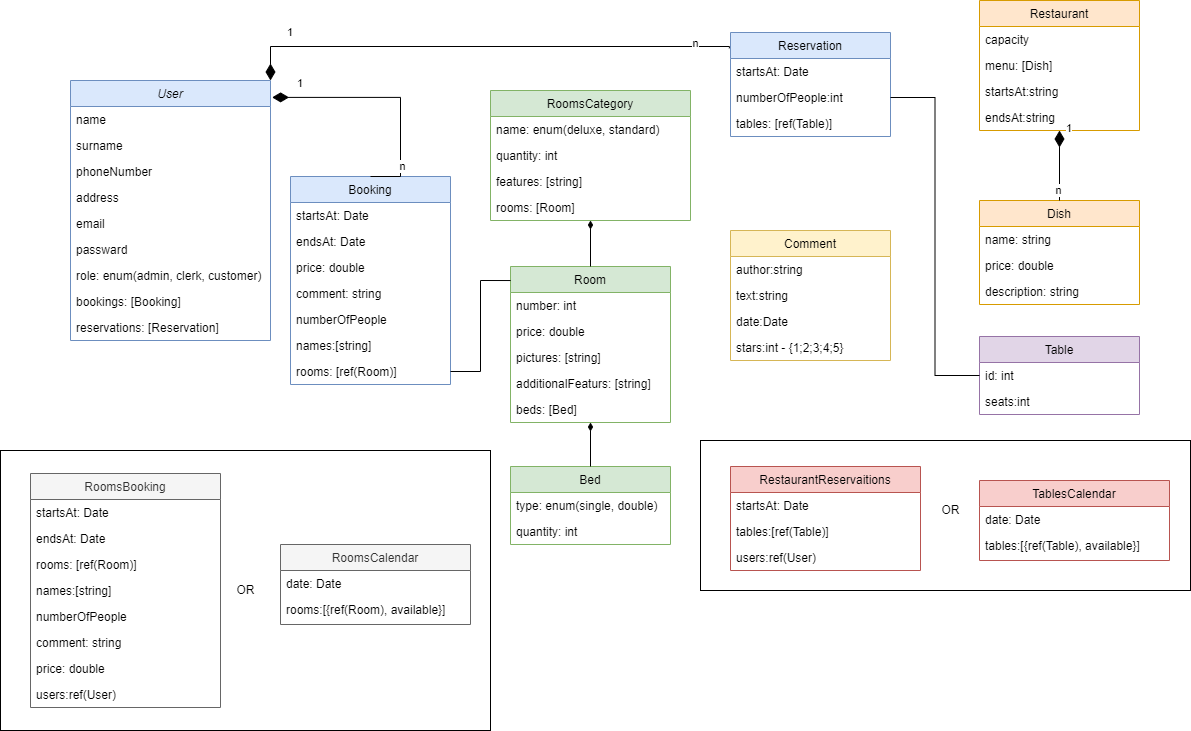
Earlier version of the draw.io export group-project-hotel.drawio.png (Jeremiaszmacura/group-project-hotel-backend). Source tidied: cells renumbered, new cells last; positions are measured from the earlier drawing's top-left corner, leaving out a move shared by most shapes.
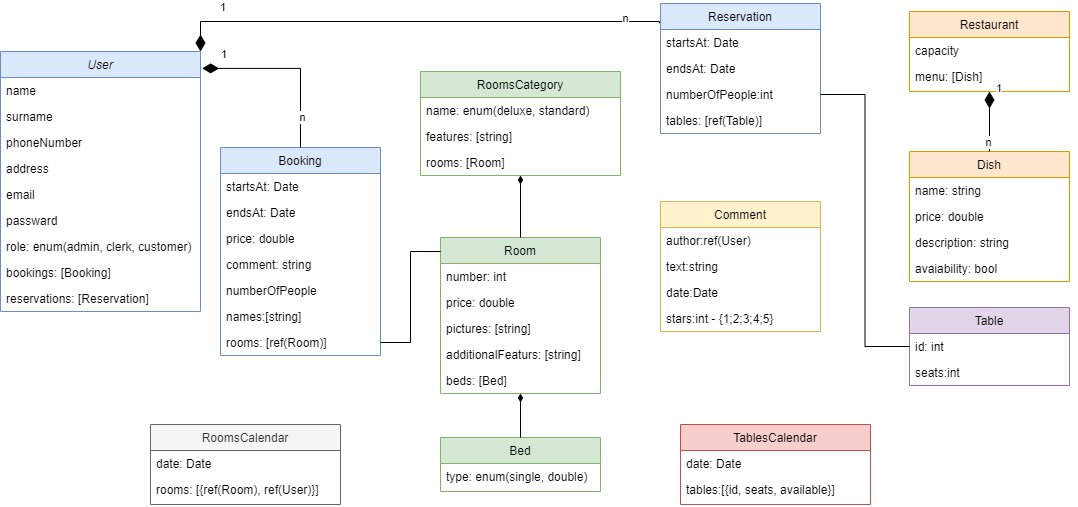
The same file after the commit.

Commit message:
database schema update

The edit, as a diff of the source:
```diff
@@ -2,12 +2,6 @@
   <root>
     <mxCell id="0" />
     <mxCell id="1" parent="0" />
-    <mxCell id="2" style="whiteSpace=wrap;html=1;" parent="1" vertex="1">
-      <mxGeometry y="450" width="490" height="280" as="geometry" />
-    </mxCell>
-    <mxCell id="3" style="whiteSpace=wrap;html=1;" parent="1" vertex="1">
-      <mxGeometry x="700" y="440" width="490" height="150" as="geometry" />
-    </mxCell>
     <mxCell id="4" value="User" style="swimlane;fontStyle=2;align=center;verticalAlign=top;horizontal=1;startSize=26;rounded=0;shadow=0;strokeWidth=1;fillColor=#dae8fc;strokeColor=#6c8ebf;" parent="1" vertex="1">
       <mxGeometry x="70" y="80" width="200" height="260" as="geometry" />
     </mxCell>
@@ -39,7 +33,7 @@
       <mxGeometry y="234" width="200" height="26" as="geometry" />
     </mxCell>
     <mxCell id="14" value="Restaurant" style="swimlane;fontStyle=0;align=center;verticalAlign=top;horizontal=1;startSize=26;rounded=0;shadow=0;strokeWidth=1;fillColor=#ffe6cc;strokeColor=#d79b00;" parent="1" vertex="1">
-      <mxGeometry x="979" width="160" height="130" as="geometry" />
+      <mxGeometry x="979" y="40" width="160" height="80" as="geometry" />
     </mxCell>
     <mxCell id="15" value="capacity" style="text;align=left;verticalAlign=top;spacingLeft=4;spacingRight=4;overflow=hidden;" parent="14" vertex="1">
       <mxGeometry y="26" width="160" height="26" as="geometry" />
@@ -47,16 +41,10 @@
     <mxCell id="16" value="menu: [Dish]" style="text;align=left;verticalAlign=top;spacingLeft=4;spacingRight=4;overflow=hidden;" parent="14" vertex="1">
       <mxGeometry y="52" width="160" height="26" as="geometry" />
     </mxCell>
-    <mxCell id="17" value="startsAt:string" style="text;align=left;verticalAlign=top;spacingLeft=4;spacingRight=4;overflow=hidden;" parent="14" vertex="1">
-      <mxGeometry y="78" width="160" height="26" as="geometry" />
-    </mxCell>
-    <mxCell id="18" value="endsAt:string" style="text;align=left;verticalAlign=top;spacingLeft=4;spacingRight=4;overflow=hidden;" parent="14" vertex="1">
-      <mxGeometry y="104" width="160" height="26" as="geometry" />
-    </mxCell>
     <mxCell id="19" value="Comment" style="swimlane;fontStyle=0;align=center;verticalAlign=top;horizontal=1;startSize=26;rounded=0;shadow=0;strokeWidth=1;fillColor=#fff2cc;strokeColor=#d6b656;" parent="1" vertex="1">
       <mxGeometry x="730" y="230" width="160" height="130" as="geometry" />
     </mxCell>
-    <mxCell id="20" value="author:string" style="text;align=left;verticalAlign=top;spacingLeft=4;spacingRight=4;overflow=hidden;" parent="19" vertex="1">
+    <mxCell id="20" value="author:ref(User)" style="text;align=left;verticalAlign=top;spacingLeft=4;spacingRight=4;overflow=hidden;" parent="19" vertex="1">
       <mxGeometry y="26" width="160" height="26" as="geometry" />
     </mxCell>
     <mxCell id="21" value="text:string" style="text;align=left;verticalAlign=top;spacingLeft=4;spacingRight=4;overflow=hidden;" parent="19" vertex="1">
@@ -72,7 +60,7 @@
       <mxGeometry relative="1" as="geometry" />
     </mxCell>
     <mxCell id="25" value="Dish" style="swimlane;fontStyle=0;align=center;verticalAlign=top;horizontal=1;startSize=26;rounded=0;shadow=0;strokeWidth=1;fillColor=#ffe6cc;strokeColor=#d79b00;" parent="1" vertex="1">
-      <mxGeometry x="979" y="200" width="160" height="104" as="geometry" />
+      <mxGeometry x="979" y="180" width="160" height="130" as="geometry" />
     </mxCell>
     <mxCell id="26" value="name: string" style="text;align=left;verticalAlign=top;spacingLeft=4;spacingRight=4;overflow=hidden;" parent="25" vertex="1">
       <mxGeometry y="26" width="160" height="26" as="geometry" />
@@ -86,6 +74,9 @@
     <mxCell id="29" style="edgeStyle=orthogonalEdgeStyle;rounded=0;orthogonalLoop=1;jettySize=auto;html=1;exitX=1;exitY=0.5;exitDx=0;exitDy=0;" parent="25" edge="1" source="27" target="27">
       <mxGeometry relative="1" as="geometry" />
     </mxCell>
+    <mxCell id="90" value="avaiability: bool" style="text;align=left;verticalAlign=top;spacingLeft=4;spacingRight=4;overflow=hidden;" parent="25" vertex="1">
+      <mxGeometry y="104" width="160" height="26" as="geometry" />
+    </mxCell>
     <mxCell id="30" value="Room" style="swimlane;fontStyle=0;align=center;verticalAlign=top;horizontal=1;startSize=26;rounded=0;shadow=0;strokeWidth=1;fillColor=#d5e8d4;strokeColor=#82b366;" parent="1" vertex="1">
       <mxGeometry x="510" y="266" width="160" height="156" as="geometry" />
     </mxCell>
@@ -105,14 +96,11 @@
       <mxGeometry y="130" width="160" height="26" as="geometry" />
     </mxCell>
     <mxCell id="36" value="Bed" style="swimlane;fontStyle=0;align=center;verticalAlign=top;horizontal=1;startSize=26;rounded=0;shadow=0;strokeWidth=1;fillColor=#d5e8d4;strokeColor=#82b366;" parent="1" vertex="1">
-      <mxGeometry x="510" y="466" width="160" height="78" as="geometry" />
+      <mxGeometry x="510" y="466" width="160" height="54" as="geometry" />
     </mxCell>
     <mxCell id="37" value="type: enum(single, double)&#10;" style="text;align=left;verticalAlign=top;spacingLeft=4;spacingRight=4;overflow=hidden;" parent="36" vertex="1">
       <mxGeometry y="26" width="160" height="26" as="geometry" />
     </mxCell>
-    <mxCell id="38" value="quantity: int" style="text;align=left;verticalAlign=top;spacingLeft=4;spacingRight=4;overflow=hidden;" parent="36" vertex="1">
-      <mxGeometry y="52" width="160" height="26" as="geometry" />
-    </mxCell>
     <mxCell id="39" value="Booking" style="swimlane;fontStyle=0;align=center;verticalAlign=top;horizontal=1;startSize=26;rounded=0;shadow=0;strokeWidth=1;fillColor=#dae8fc;strokeColor=#6c8ebf;" parent="1" vertex="1">
       <mxGeometry x="290" y="176" width="160" height="208" as="geometry" />
     </mxCell>
@@ -140,8 +128,7 @@
     <mxCell id="47" value="1" style="endArrow=none;html=1;endSize=12;startArrow=diamondThin;startSize=14;startFill=1;edgeStyle=orthogonalEdgeStyle;align=left;verticalAlign=bottom;rounded=0;exitX=1.008;exitY=0.065;exitDx=0;exitDy=0;endFill=0;exitPerimeter=0;entryX=0.5;entryY=0;entryDx=0;entryDy=0;" parent="1" edge="1" source="4" target="39">
       <mxGeometry x="-0.8" y="5" relative="1" as="geometry">
         <Array as="points">
-          <mxPoint x="400" y="97" />
-          <mxPoint x="400" y="176" />
+          <mxPoint x="370" y="97" />
         </Array>
       </mxGeometry>
     </mxCell>
@@ -152,43 +139,43 @@
       <mxGeometry relative="1" as="geometry" />
     </mxCell>
     <mxCell id="50" value="Reservation" style="swimlane;fontStyle=0;align=center;verticalAlign=top;horizontal=1;startSize=26;rounded=0;shadow=0;strokeWidth=1;fillColor=#dae8fc;strokeColor=#6c8ebf;" parent="1" vertex="1">
-      <mxGeometry x="730" y="32" width="160" height="104" as="geometry" />
+      <mxGeometry x="730" y="32" width="160" height="130" as="geometry" />
     </mxCell>
     <mxCell id="51" value="startsAt: Date" style="text;align=left;verticalAlign=top;spacingLeft=4;spacingRight=4;overflow=hidden;" parent="50" vertex="1">
       <mxGeometry y="26" width="160" height="26" as="geometry" />
     </mxCell>
+    <mxCell id="83" value="endsAt: Date" style="text;align=left;verticalAlign=top;spacingLeft=4;spacingRight=4;overflow=hidden;" parent="50" vertex="1">
+      <mxGeometry y="52" width="160" height="26" as="geometry" />
+    </mxCell>
     <mxCell id="52" value="numberOfPeople:int" style="text;align=left;verticalAlign=top;spacingLeft=4;spacingRight=4;overflow=hidden;points=[[0,0.5],[1,0.5]];portConstraint=eastwest;" parent="50" vertex="1">
-      <mxGeometry y="52" width="160" height="26" as="geometry" />
+      <mxGeometry y="78" width="160" height="26" as="geometry" />
     </mxCell>
     <mxCell id="53" value="tables: [ref(Table)]" style="text;align=left;verticalAlign=top;spacingLeft=4;spacingRight=4;overflow=hidden;" parent="50" vertex="1">
-      <mxGeometry y="78" width="160" height="26" as="geometry" />
+      <mxGeometry y="104" width="160" height="26" as="geometry" />
     </mxCell>
     <mxCell id="54" value="RoomsCategory" style="swimlane;fontStyle=0;align=center;verticalAlign=top;horizontal=1;startSize=26;rounded=0;shadow=0;strokeWidth=1;fillColor=#d5e8d4;strokeColor=#82b366;" parent="1" vertex="1">
-      <mxGeometry x="490" y="90" width="200" height="130" as="geometry" />
+      <mxGeometry x="490" y="100" width="200" height="104" as="geometry" />
     </mxCell>
     <mxCell id="55" value="name: enum(deluxe, standard)" style="text;align=left;verticalAlign=top;spacingLeft=4;spacingRight=4;overflow=hidden;" parent="54" vertex="1">
       <mxGeometry y="26" width="200" height="26" as="geometry" />
     </mxCell>
-    <mxCell id="56" value="quantity: int" style="text;align=left;verticalAlign=top;spacingLeft=4;spacingRight=4;overflow=hidden;" parent="54" vertex="1">
-      <mxGeometry y="52" width="200" height="26" as="geometry" />
-    </mxCell>
     <mxCell id="57" value="features: [string]" style="text;align=left;verticalAlign=top;spacingLeft=4;spacingRight=4;overflow=hidden;" parent="54" vertex="1">
-      <mxGeometry y="78" width="200" height="26" as="geometry" />
+      <mxGeometry y="52" width="200" height="26" as="geometry" />
     </mxCell>
     <mxCell id="58" value="rooms: [Room]" style="text;align=left;verticalAlign=top;spacingLeft=4;spacingRight=4;overflow=hidden;" parent="54" vertex="1">
-      <mxGeometry y="104" width="200" height="26" as="geometry" />
+      <mxGeometry y="78" width="200" height="26" as="geometry" />
     </mxCell>
     <mxCell id="59" style="endArrow=diamondThin;html=1;rounded=0;entryX=0.5;entryY=1;entryDx=0;entryDy=0;exitX=0.5;exitY=0;exitDx=0;exitDy=0;endFill=1;" parent="1" edge="1" source="36" target="30">
       <mxGeometry relative="1" as="geometry" />
     </mxCell>
     <mxCell id="60" value="RoomsCalendar" style="swimlane;fontStyle=0;align=center;verticalAlign=top;horizontal=1;startSize=26;rounded=0;shadow=0;strokeWidth=1;fillColor=#f5f5f5;fontColor=#333333;strokeColor=#666666;" parent="1" vertex="1">
-      <mxGeometry x="280" y="544" width="190" height="80" as="geometry" />
+      <mxGeometry x="220" y="453" width="190" height="80" as="geometry" />
     </mxCell>
     <mxCell id="61" value="date: Date" style="text;align=left;verticalAlign=top;spacingLeft=4;spacingRight=4;overflow=hidden;" parent="60" vertex="1">
       <mxGeometry y="26" width="190" height="26" as="geometry" />
     </mxCell>
-    <mxCell id="62" value="rooms:[{ref(Room), available}]" style="text;align=left;verticalAlign=top;spacingLeft=4;spacingRight=4;overflow=hidden;" parent="60" vertex="1">
-      <mxGeometry y="52" width="190" height="26" as="geometry" />
+    <mxCell id="62" value="rooms: [{ref(Room), ref(User)}]" style="text;align=left;verticalAlign=top;spacingLeft=4;spacingRight=4;overflow=hidden;" parent="60" vertex="1">
+      <mxGeometry y="52" width="190" height="28" as="geometry" />
     </mxCell>
     <mxCell id="63" style="edgeStyle=orthogonalEdgeStyle;rounded=0;jettySize=auto;html=1;entryX=0.001;entryY=0.09;entryDx=0;entryDy=0;entryPerimeter=0;endArrow=none;endFill=0;" parent="1" edge="1" source="46" target="30">
       <mxGeometry relative="1" as="geometry" />
@@ -196,8 +183,8 @@
     <mxCell id="64" value="1" style="endArrow=none;html=1;endSize=12;startArrow=diamondThin;startSize=14;startFill=1;edgeStyle=orthogonalEdgeStyle;align=left;verticalAlign=bottom;rounded=0;exitX=1;exitY=0;exitDx=0;exitDy=0;endFill=0;entryX=-0.007;entryY=0.152;entryDx=0;entryDy=0;entryPerimeter=0;" parent="1" edge="1" source="4" target="50">
       <mxGeometry x="-0.8" y="5" relative="1" as="geometry">
         <Array as="points">
-          <mxPoint x="270" y="46" />
-          <mxPoint x="729" y="46" />
+          <mxPoint x="270" y="50" />
+          <mxPoint x="729" y="50" />
         </Array>
       </mxGeometry>
     </mxCell>
@@ -220,12 +207,12 @@
       </mxGeometry>
     </mxCell>
     <mxCell id="68" value="TablesCalendar" style="swimlane;fontStyle=0;align=center;verticalAlign=top;horizontal=1;startSize=26;rounded=0;shadow=0;strokeWidth=1;fillColor=#f8cecc;strokeColor=#b85450;" parent="1" vertex="1">
-      <mxGeometry x="979" y="480" width="190" height="80" as="geometry" />
+      <mxGeometry x="750" y="453" width="190" height="80" as="geometry" />
     </mxCell>
     <mxCell id="69" value="date: Date" style="text;align=left;verticalAlign=top;spacingLeft=4;spacingRight=4;overflow=hidden;" parent="68" vertex="1">
       <mxGeometry y="26" width="190" height="26" as="geometry" />
     </mxCell>
-    <mxCell id="70" value="tables:[{ref(Table), available}]" style="text;align=left;verticalAlign=top;spacingLeft=4;spacingRight=4;overflow=hidden;" parent="68" vertex="1">
+    <mxCell id="70" value="tables:[{id, seats, available}]" style="text;align=left;verticalAlign=top;spacingLeft=4;spacingRight=4;overflow=hidden;" parent="68" vertex="1">
       <mxGeometry y="52" width="190" height="26" as="geometry" />
     </mxCell>
     <mxCell id="71" value="Table" style="swimlane;fontStyle=0;align=center;verticalAlign=top;horizontal=1;startSize=26;rounded=0;shadow=0;strokeWidth=1;fillColor=#e1d5e7;strokeColor=#9673a6;" parent="1" vertex="1">
@@ -240,50 +227,5 @@
     <mxCell id="74" style="edgeStyle=orthogonalEdgeStyle;rounded=0;jettySize=auto;html=1;entryX=1;entryY=0.5;entryDx=0;entryDy=0;startArrow=none;startFill=0;endArrow=none;endFill=0;" parent="1" edge="1" source="72" target="52">
       <mxGeometry relative="1" as="geometry" />
     </mxCell>
-    <mxCell id="75" value="RestaurantReservaitions" style="swimlane;fontStyle=0;align=center;verticalAlign=top;horizontal=1;startSize=26;rounded=0;shadow=0;strokeWidth=1;fillColor=#f8cecc;strokeColor=#b85450;" parent="1" vertex="1">
-      <mxGeometry x="730" y="466" width="190" height="104" as="geometry" />
-    </mxCell>
-    <mxCell id="76" value="startsAt: Date" style="text;align=left;verticalAlign=top;spacingLeft=4;spacingRight=4;overflow=hidden;" parent="75" vertex="1">
-      <mxGeometry y="26" width="190" height="26" as="geometry" />
-    </mxCell>
-    <mxCell id="77" value="tables:[ref(Table)]" style="text;align=left;verticalAlign=top;spacingLeft=4;spacingRight=4;overflow=hidden;" parent="75" vertex="1">
-      <mxGeometry y="52" width="190" height="26" as="geometry" />
-    </mxCell>
-    <mxCell id="78" value="users:ref(User)" style="text;align=left;verticalAlign=top;spacingLeft=4;spacingRight=4;overflow=hidden;" parent="75" vertex="1">
-      <mxGeometry y="78" width="190" height="26" as="geometry" />
-    </mxCell>
-    <mxCell id="79" value="OR" style="text;html=1;align=center;verticalAlign=middle;strokeColor=none;fillColor=none;" parent="1" vertex="1">
-      <mxGeometry x="935" y="500" width="30" height="20" as="geometry" />
-    </mxCell>
-    <mxCell id="80" value="OR" style="text;html=1;align=center;verticalAlign=middle;strokeColor=none;fillColor=none;" parent="1" vertex="1">
-      <mxGeometry x="230" y="580" width="30" height="20" as="geometry" />
-    </mxCell>
-    <mxCell id="81" value="RoomsBooking" style="swimlane;fontStyle=0;align=center;verticalAlign=top;horizontal=1;startSize=26;rounded=0;shadow=0;strokeWidth=1;fillColor=#f5f5f5;fontColor=#333333;strokeColor=#666666;" parent="1" vertex="1">
-      <mxGeometry x="30" y="473" width="190" height="234" as="geometry" />
-    </mxCell>
-    <mxCell id="82" value="startsAt: Date" style="text;align=left;verticalAlign=top;spacingLeft=4;spacingRight=4;overflow=hidden;" parent="81" vertex="1">
-      <mxGeometry y="26" width="190" height="26" as="geometry" />
-    </mxCell>
-    <mxCell id="83" value="endsAt: Date" style="text;align=left;verticalAlign=top;spacingLeft=4;spacingRight=4;overflow=hidden;" parent="81" vertex="1">
-      <mxGeometry y="52" width="190" height="26" as="geometry" />
-    </mxCell>
-    <mxCell id="84" value="rooms: [ref(Room)]" style="text;align=left;verticalAlign=top;spacingLeft=4;spacingRight=4;overflow=hidden;" parent="81" vertex="1">
-      <mxGeometry y="78" width="190" height="26" as="geometry" />
-    </mxCell>
-    <mxCell id="85" value="names:[string]" style="text;align=left;verticalAlign=top;spacingLeft=4;spacingRight=4;overflow=hidden;" parent="81" vertex="1">
-      <mxGeometry y="104" width="190" height="26" as="geometry" />
-    </mxCell>
-    <mxCell id="86" value="numberOfPeople" style="text;align=left;verticalAlign=top;spacingLeft=4;spacingRight=4;overflow=hidden;" parent="81" vertex="1">
-      <mxGeometry y="130" width="190" height="26" as="geometry" />
-    </mxCell>
-    <mxCell id="87" value="comment: string" style="text;align=left;verticalAlign=top;spacingLeft=4;spacingRight=4;overflow=hidden;" parent="81" vertex="1">
-      <mxGeometry y="156" width="190" height="26" as="geometry" />
-    </mxCell>
-    <mxCell id="88" value="price: double" style="text;align=left;verticalAlign=top;spacingLeft=4;spacingRight=4;overflow=hidden;" parent="81" vertex="1">
-      <mxGeometry y="182" width="190" height="26" as="geometry" />
-    </mxCell>
-    <mxCell id="89" value="users:ref(User)" style="text;align=left;verticalAlign=top;spacingLeft=4;spacingRight=4;overflow=hidden;" parent="81" vertex="1">
-      <mxGeometry y="208" width="190" height="26" as="geometry" />
-    </mxCell>
   </root>
 </mxGraphModel>
```
